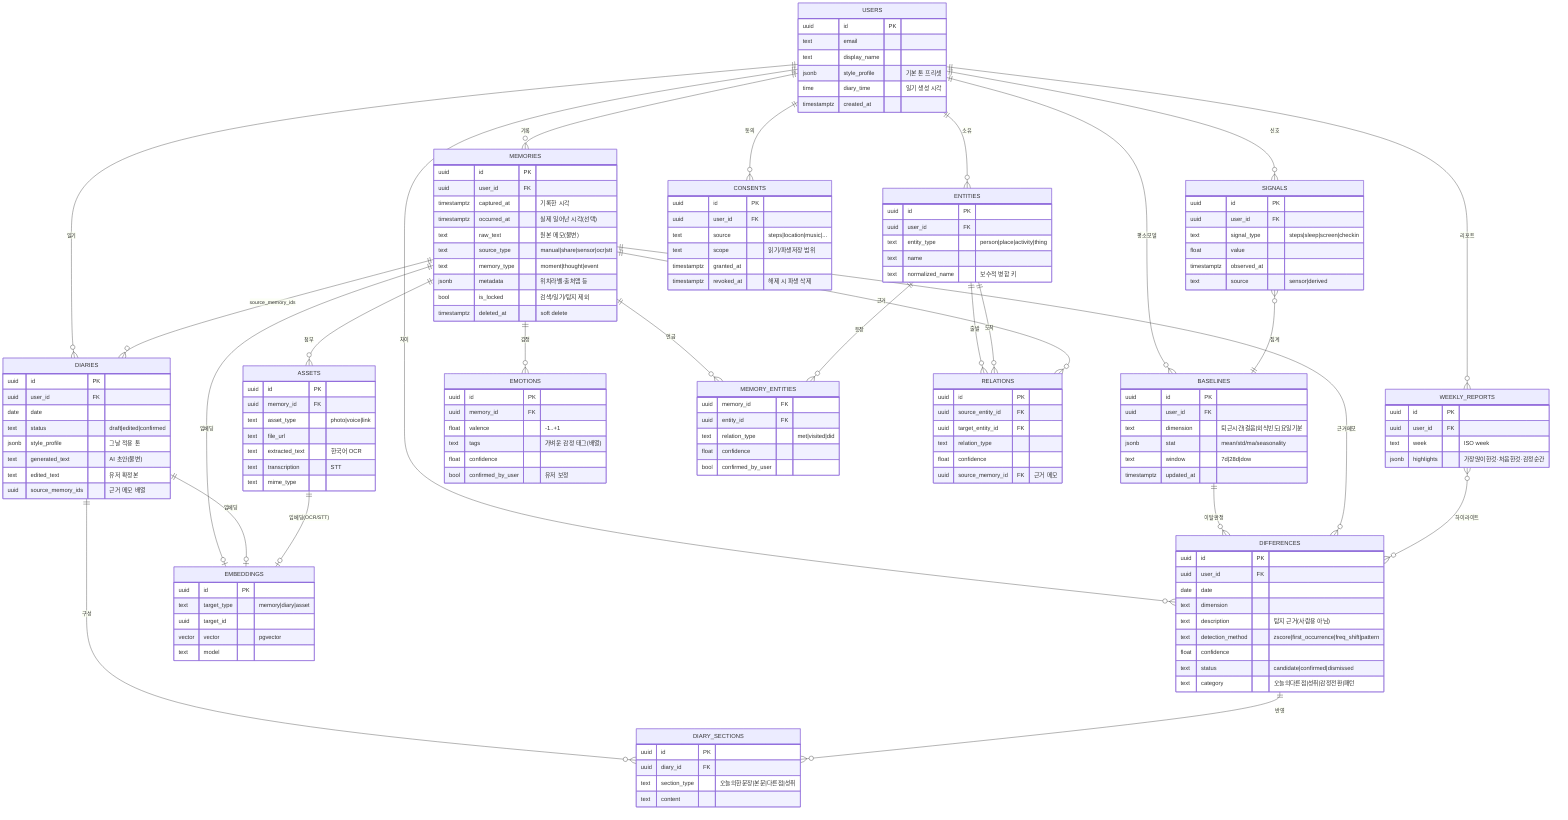
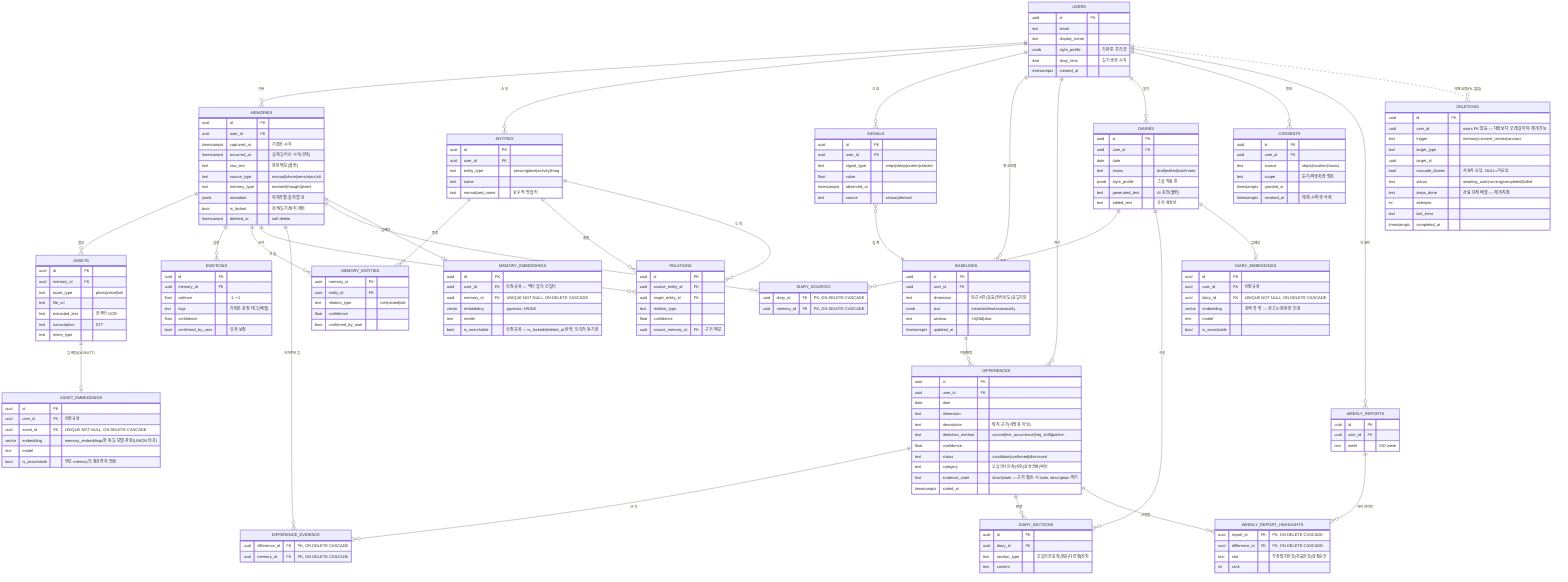
%% 실은 — 상세 ERD (기획서 섹션 10 기반)
%% 원본(memories/assets) ↔ AI 생성물(differences/diaries) 분리로 근거 추적 가능
+ %% ADR-0002 반영: 근거 조인 테이블 · 타입별 임베딩 · deletion ledger
erDiagram
    USERS ||--o{ MEMORIES : "기록"
    USERS ||--o{ ENTITIES : "소유"
    USERS ||--o{ SIGNALS : "신호"
    USERS ||--o{ BASELINES : "평소모델"
    USERS ||--o{ DIFFERENCES : "차이"
    USERS ||--o{ DIARIES : "일기"
    USERS ||--o{ CONSENTS : "동의"
    USERS ||--o{ WEEKLY_REPORTS : "리포트"
+     USERS ||..o{ DELETIONS : "삭제요청(FK 없음)"

    MEMORIES ||--o{ ASSETS : "첨부"
    MEMORIES ||--o{ EMOTIONS : "감정"
    MEMORIES ||--o{ MEMORY_ENTITIES : "언급"
    ENTITIES ||--o{ MEMORY_ENTITIES : "등장"
    ENTITIES ||--o{ RELATIONS : "출발"
    ENTITIES ||--o{ RELATIONS : "도착"
    MEMORIES ||--o{ RELATIONS : "근거"

    SIGNALS }o--|| BASELINES : "집계"
    BASELINES ||--o{ DIFFERENCES : "이탈판정"
-     MEMORIES ||--o{ DIFFERENCES : "근거메모"
+ 
+     %% ADR-0002 ①② 근거·출처는 배열이 아니라 조인 테이블 (다대다·삭제 역추적)
+     DIFFERENCES ||--o{ DIFFERENCE_EVIDENCE : "근거"
+     MEMORIES ||--o{ DIFFERENCE_EVIDENCE : "근거로쓰임"
+     DIARIES ||--o{ DIARY_SOURCES : "출처"
+     MEMORIES ||--o{ DIARY_SOURCES : "출처로쓰임"

    DIARIES ||--o{ DIARY_SECTIONS : "구성"
-     MEMORIES ||--o{ DIARIES : "source_memory_ids"
    DIFFERENCES ||--o{ DIARY_SECTIONS : "반영"

-     MEMORIES ||--o| EMBEDDINGS : "임베딩"
-     DIARIES ||--o| EMBEDDINGS : "임베딩"
-     ASSETS ||--o| EMBEDDINGS : "임베딩(OCR/STT)"
- 
-     WEEKLY_REPORTS }o--o{ DIFFERENCES : "하이라이트"
+     %% ADR-0002 ③ 폴리모픽 대신 타입별 분리 (FK CASCADE로 고아 벡터 차단)
+     MEMORIES ||--o| MEMORY_EMBEDDINGS : "임베딩"
+     ASSETS ||--o| ASSET_EMBEDDINGS : "임베딩(OCR/STT)"
+     DIARIES ||--o| DIARY_EMBEDDINGS : "임베딩"
+ 
+     %% ADR-0002 highlights 스냅샷 대신 참조 (삭제 방어선 안으로)
+     WEEKLY_REPORTS ||--o{ WEEKLY_REPORT_HIGHLIGHTS : "하이라이트"
+     DIFFERENCES ||--o{ WEEKLY_REPORT_HIGHLIGHTS : "선정됨"

    USERS {
        uuid id PK
        text email
        text display_name
        jsonb style_profile "기본 톤 프리셋"
        time diary_time "일기 생성 시각"
        timestamptz created_at
    }

    MEMORIES {
        uuid id PK
        uuid user_id FK
        timestamptz captured_at "기록한 시각"
        timestamptz occurred_at "실제 일어난 시각(선택)"
        text raw_text "원본 메모(불변)"
        text source_type "manual|share|sensor|ocr|stt"
        text memory_type "moment|thought|event"
        jsonb metadata "위치라벨·출처앱 등"
        bool is_locked "검색/일기/탐지 제외"
        timestamptz deleted_at "soft delete"
    }

    ASSETS {
        uuid id PK
        uuid memory_id FK
        text asset_type "photo|voice|link"
        text file_url
        text extracted_text "한국어 OCR"
        text transcription "STT"
        text mime_type
    }

    EMOTIONS {
        uuid id PK
        uuid memory_id FK
        float valence "-1..+1"
        text tags "가벼운 감정 태그(배열)"
        float confidence
        bool confirmed_by_user "유저 보정"
    }

    ENTITIES {
        uuid id PK
        uuid user_id FK
        text entity_type "person|place|activity|thing"
        text name
        text normalized_name "보수적 병합 키"
    }

    MEMORY_ENTITIES {
        uuid memory_id FK
        uuid entity_id FK
        text relation_type "met|visited|did"
        float confidence
        bool confirmed_by_user
    }

    RELATIONS {
        uuid id PK
        uuid source_entity_id FK
        uuid target_entity_id FK
        text relation_type
        float confidence
        uuid source_memory_id FK "근거 메모"
    }

    SIGNALS {
        uuid id PK
        uuid user_id FK
        text signal_type "steps|sleep|screen|checkin"
        float value
        timestamptz observed_at
        text source "sensor|derived"
    }

    BASELINES {
        uuid id PK
        uuid user_id FK
        text dimension "퇴근시간|걸음|외식빈도|요일기분"
        jsonb stat "mean/std/ma/seasonality"
        text window "7d|28d|dow"
        timestamptz updated_at
    }

    DIFFERENCES {
        uuid id PK
        uuid user_id FK
        date date
        text dimension
        text description "탐지 근거(사람용 아님)"
        text detection_method "zscore|first_occurrence|freq_shift|pattern"
        float confidence
        text status "candidate|confirmed|dismissed"
        text category "오늘의다른점|성취|감정전환|패턴"
+         text evidence_state "intact|stale — 근거 훼손 시 stale, description 파기"
+         timestamptz staled_at
+     }
+ 
+     DIFFERENCE_EVIDENCE {
+         uuid difference_id FK "PK, ON DELETE CASCADE"
+         uuid memory_id FK "PK, ON DELETE CASCADE"
    }

    DIARIES {
        uuid id PK
        uuid user_id FK
        date date
        text status "draft|edited|confirmed"
        jsonb style_profile "그날 적용 톤"
        text generated_text "AI 초안(불변)"
        text edited_text "유저 확정본"
-         uuid source_memory_ids "근거 메모 배열"
+     }
+ 
+     DIARY_SOURCES {
+         uuid diary_id FK "PK, ON DELETE CASCADE"
+         uuid memory_id FK "PK, ON DELETE CASCADE"
    }

    DIARY_SECTIONS {
        uuid id PK
        uuid diary_id FK
        text section_type "오늘의한문장|본문|다른점|성취"
        text content
    }

-     EMBEDDINGS {
-         uuid id PK
-         text target_type "memory|diary|asset"
-         uuid target_id
-         vector vector "pgvector"
+     MEMORY_EMBEDDINGS {
+         uuid id PK
+         uuid user_id FK "비정규화 — 벡터 질의 선필터"
+         uuid memory_id FK "UNIQUE NOT NULL, ON DELETE CASCADE"
+         vector embedding "pgvector, HNSW"
        text model
+         bool is_searchable "비정규화 — is_locked/deleted_at 반영, 트리거 동기화"
+     }
+ 
+     ASSET_EMBEDDINGS {
+         uuid id PK
+         uuid user_id FK "비정규화"
+         uuid asset_id FK "UNIQUE NOT NULL, ON DELETE CASCADE"
+         vector embedding "memory_embeddings와 동일 모델·차원(UNION 비교)"
+         text model
+         bool is_searchable "부모 memory의 잠금까지 연쇄"
+     }
+ 
+     DIARY_EMBEDDINGS {
+         uuid id PK
+         uuid user_id FK "비정규화"
+         uuid diary_id FK "UNIQUE NOT NULL, ON DELETE CASCADE"
+         vector embedding "검색 뷰 밖 — 회고는 원본만 인용"
+         text model
+         bool is_searchable
    }

    CONSENTS {
        uuid id PK
        uuid user_id FK
        text source "steps|location|music|..."
        text scope "읽기/파생저장 범위"
        timestamptz granted_at
        timestamptz revoked_at "해제 시 파생 삭제"
    }

    WEEKLY_REPORTS {
        uuid id PK
        uuid user_id FK
        text week "ISO week"
-         jsonb highlights "가장많이한것·처음한것·감정순간"
-     }
+     }
+ 
+     WEEKLY_REPORT_HIGHLIGHTS {
+         uuid report_id FK "PK, ON DELETE CASCADE"
+         uuid difference_id FK "PK, ON DELETE CASCADE"
+         text slot "가장많이한것|처음한것|감정순간"
+         int rank
+     }
+ 
+     DELETIONS {
+         uuid id PK
+         uuid user_id "users FK 없음 — 대상보다 오래 살아야 재개 가능"
+         text trigger "memory|consent_revoke|account"
+         text target_type
+         uuid target_id
+         bool cascade_diaries "사용자 응답. NULL=미응답"
+         text status "awaiting_user|running|completed|failed"
+         text steps_done "완료 단계 배열 — 재개 지점"
+         int attempts
+         text last_error
+         timestamptz completed_at
+     }
